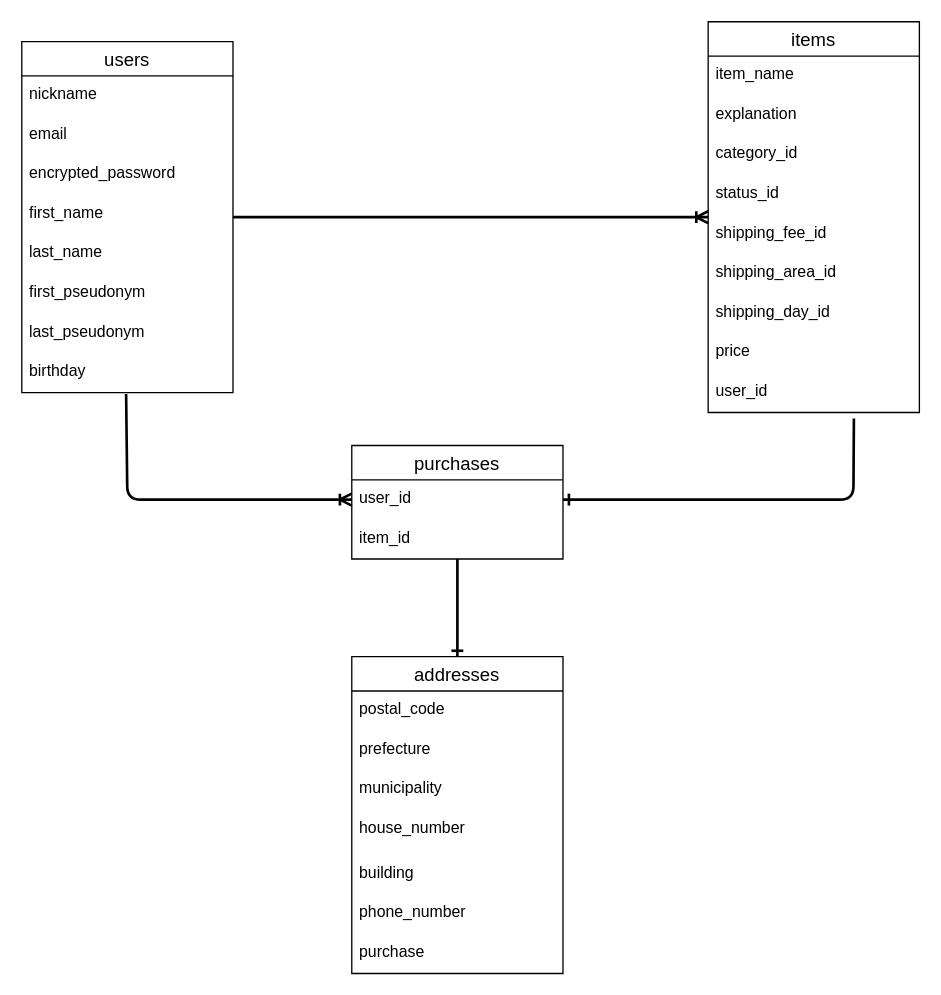
Earlier version of the draw.io diagram furima.dio (aa-naoki/furima-35853). Source tidied: cells renumbered, new cells numbered last; positions are measured from the earlier drawing's top-left corner, leaving out a move shared by most shapes. Both pictures are drawn from the tidied source at 132%, with x=0, y=0 at pixel (21, 21).
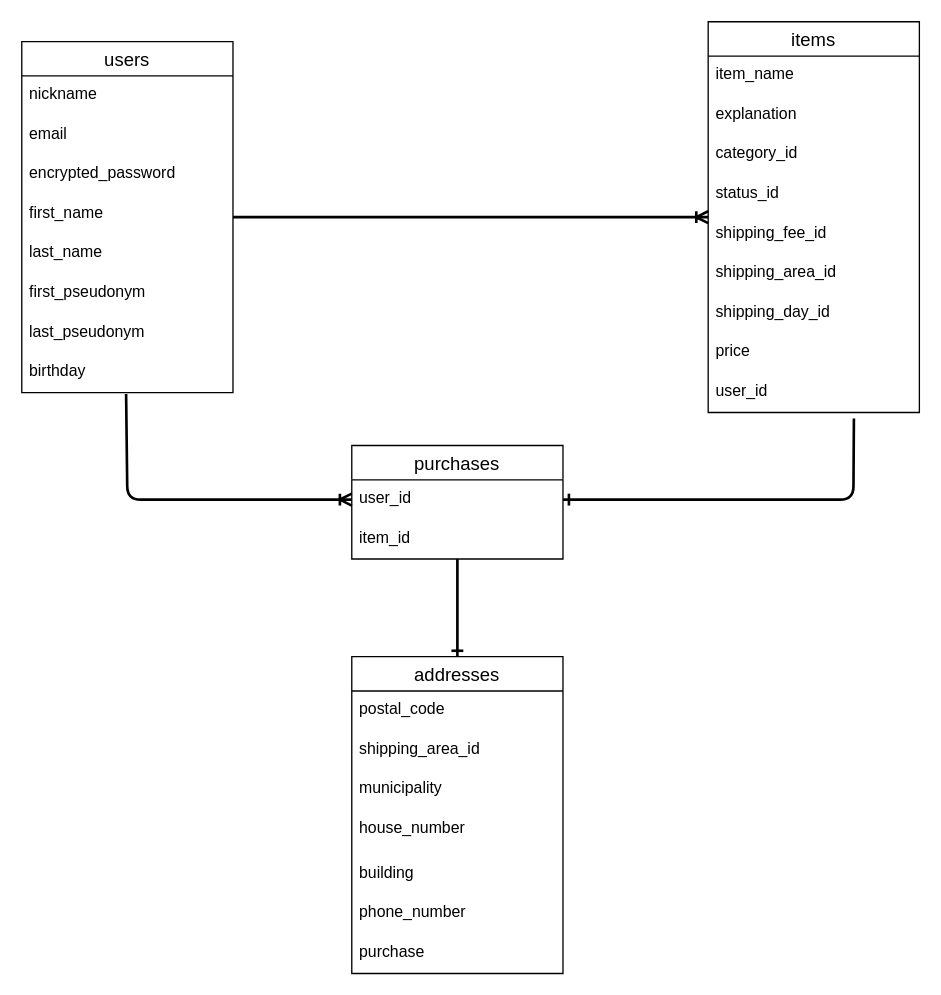
After the change.

Commit message (it also covers changes not shown here):
ER図・READMEの修正#4

Unchanged cells that the change refers to:
```xml
<mxCell id="26" value="addresses" style="swimlane;fontStyle=0;horizontal=1;startSize=26;align=center;fontSize=14;" parent="1" vertex="1">
  <mxGeometry x="250" y="481" width="160" height="240" as="geometry" />
</mxCell>
```

The edit, as a diff of the source:
```diff
@@
-    <mxCell id="28" value="prefecture" style="text;strokeColor=none;fillColor=none;spacingLeft=4;spacingRight=4;overflow=hidden;fontSize=12;" parent="26" vertex="1">
+    <mxCell id="28" value="shipping_area_id" style="text;strokeColor=none;fillColor=none;spacingLeft=4;spacingRight=4;overflow=hidden;fontSize=12;" parent="26" vertex="1">
       <mxGeometry y="56" width="160" height="30" as="geometry" />
     </mxCell>
```
